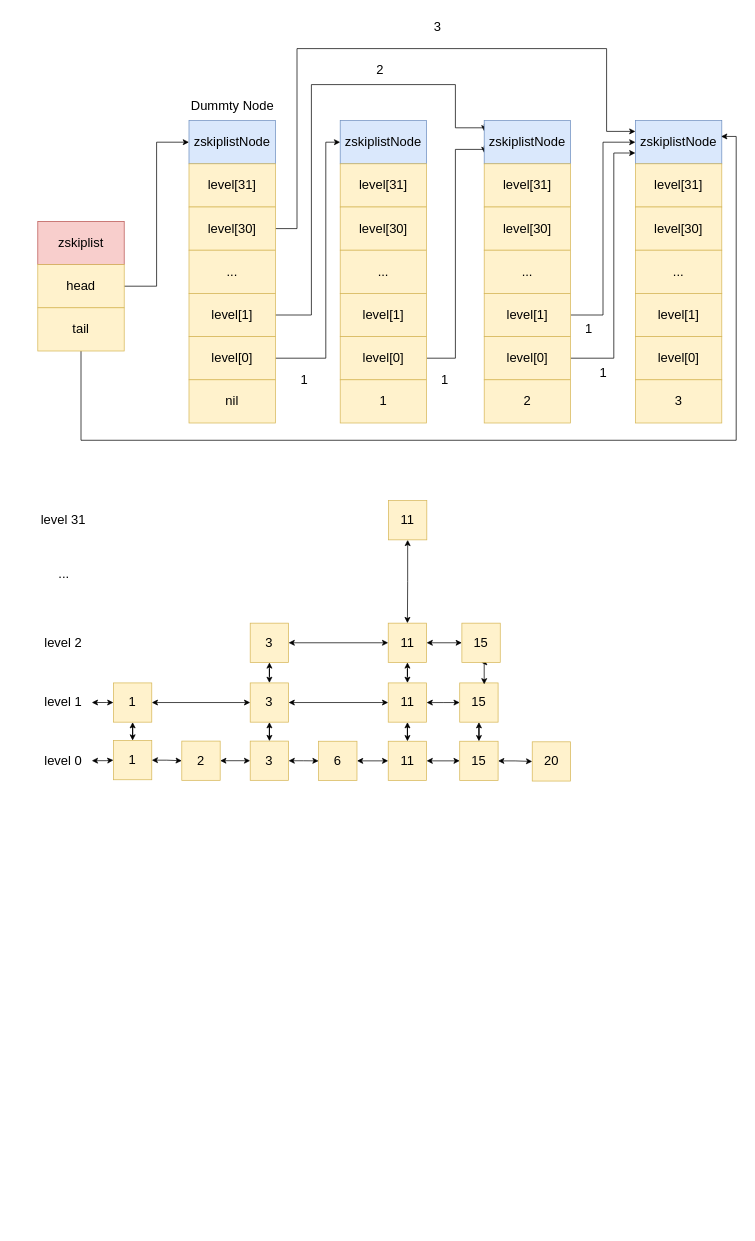
Rhythm-2019/diagrams keeps this draw.io diagram as Redis设计与实现.drawio. Above is the earlier version. Source tidied: cells renumbered, new cells numbered last; positions are measured from the earlier drawing's top-left corner, leaving out a move shared by most shapes. Both pictures are drawn from the tidied source at 72%, with x=0, y=0 at pixel (30, 12).
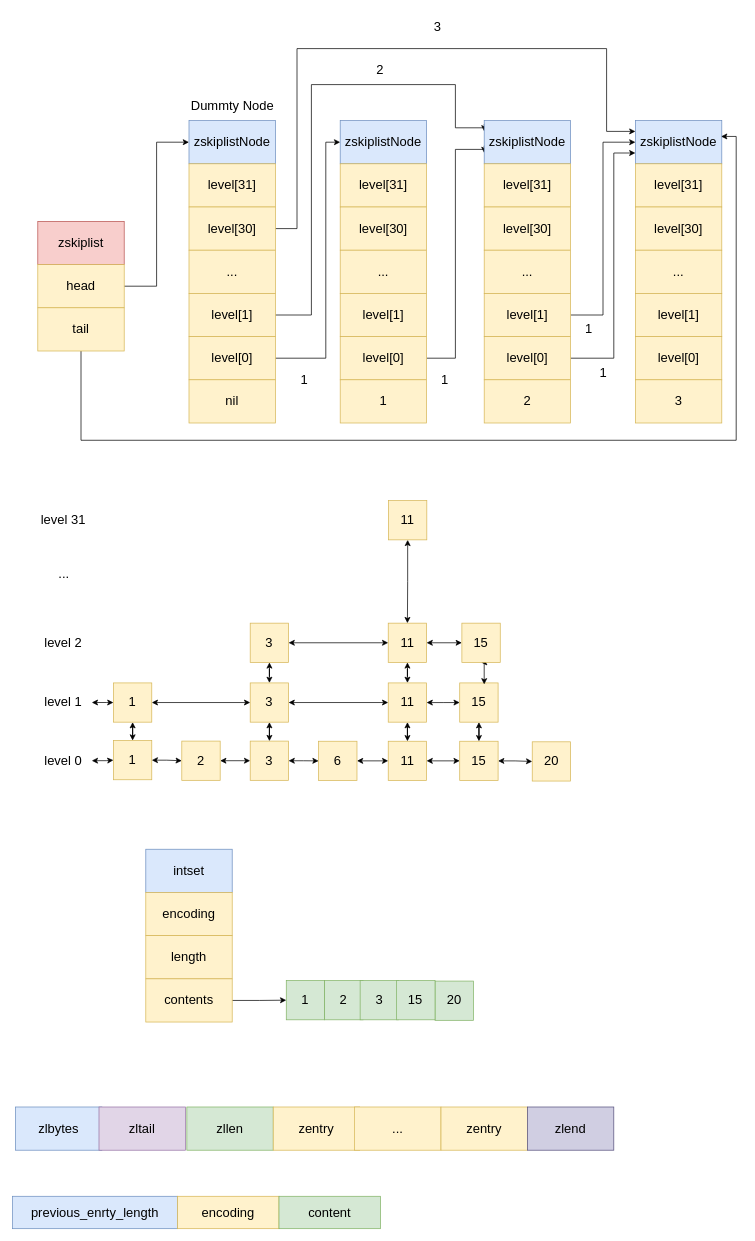
Above is the later version.

Diff of the diagram source:
```diff
@@
+    <mxCell id="89" value="&lt;span style=&quot;font-size: 18px;&quot;&gt;intset&lt;/span&gt;" style="rounded=0;whiteSpace=wrap;html=1;fillColor=#dae8fc;strokeColor=#6c8ebf;" parent="1" vertex="1">
+      <mxGeometry x="160" y="1162" width="120" height="60" as="geometry" />
+    </mxCell>
+    <mxCell id="90" value="&lt;span style=&quot;font-size: 18px;&quot;&gt;encoding&lt;/span&gt;" style="rounded=0;whiteSpace=wrap;html=1;fillColor=#fff2cc;strokeColor=#d6b656;" parent="1" vertex="1">
+      <mxGeometry x="160" y="1222" width="120" height="60" as="geometry" />
+    </mxCell>
+    <mxCell id="91" value="&lt;span style=&quot;font-size: 18px;&quot;&gt;length&lt;/span&gt;" style="rounded=0;whiteSpace=wrap;html=1;fillColor=#fff2cc;strokeColor=#d6b656;" parent="1" vertex="1">
+      <mxGeometry x="160" y="1282" width="120" height="60" as="geometry" />
+    </mxCell>
+    <mxCell id="92" style="edgeStyle=orthogonalEdgeStyle;rounded=0;jettySize=auto;html=1;entryX=0;entryY=0.5;entryDx=0;entryDy=0;" parent="1" edge="1" source="93" target="94">
+      <mxGeometry relative="1" as="geometry" />
+    </mxCell>
+    <mxCell id="93" value="&lt;font style=&quot;font-size: 18px;&quot;&gt;contents&lt;/font&gt;" style="rounded=0;whiteSpace=wrap;html=1;fillColor=#fff2cc;strokeColor=#d6b656;" parent="1" vertex="1">
+      <mxGeometry x="160" y="1342" width="120" height="60" as="geometry" />
+    </mxCell>
+    <mxCell id="94" value="&lt;font style=&quot;font-size: 18px;&quot;&gt;1&lt;/font&gt;" style="rounded=0;whiteSpace=wrap;html=1;fillColor=#d5e8d4;strokeColor=#82b366;" parent="1" vertex="1">
+      <mxGeometry x="355.1" y="1344.4" width="53.3" height="54.5" as="geometry" />
+    </mxCell>
+    <mxCell id="95" value="&lt;font style=&quot;font-size: 18px;&quot;&gt;2&lt;/font&gt;" style="rounded=0;whiteSpace=wrap;html=1;fillColor=#d5e8d4;strokeColor=#82b366;" parent="1" vertex="1">
+      <mxGeometry x="408.4" y="1344.4" width="53.3" height="54.5" as="geometry" />
+    </mxCell>
+    <mxCell id="96" value="&lt;font style=&quot;font-size: 18px;&quot;&gt;3&lt;/font&gt;" style="rounded=0;whiteSpace=wrap;html=1;fillColor=#d5e8d4;strokeColor=#82b366;" parent="1" vertex="1">
+      <mxGeometry x="457.7" y="1344.4" width="53.3" height="54.5" as="geometry" />
+    </mxCell>
+    <mxCell id="97" value="&lt;font style=&quot;font-size: 18px;&quot;&gt;20&lt;/font&gt;" style="rounded=0;whiteSpace=wrap;html=1;fillColor=#d5e8d4;strokeColor=#82b366;" parent="1" vertex="1">
+      <mxGeometry x="561.7" y="1345.1" width="53.3" height="54.5" as="geometry" />
+    </mxCell>
+    <mxCell id="98" value="&lt;font style=&quot;font-size: 18px;&quot;&gt;15&lt;/font&gt;" style="rounded=0;whiteSpace=wrap;html=1;fillColor=#d5e8d4;strokeColor=#82b366;" parent="1" vertex="1">
+      <mxGeometry x="508.4" y="1344.4" width="53.3" height="54.5" as="geometry" />
+    </mxCell>
+    <mxCell id="99" value="&lt;font style=&quot;font-size: 18px;&quot;&gt;zlbytes&lt;/font&gt;" style="rounded=0;whiteSpace=wrap;html=1;fillColor=#dae8fc;strokeColor=#6c8ebf;" parent="1" vertex="1">
+      <mxGeometry x="-21" y="1520" width="120" height="60" as="geometry" />
+    </mxCell>
+    <mxCell id="100" value="&lt;font style=&quot;font-size: 18px;&quot;&gt;zltail&lt;/font&gt;" style="rounded=0;whiteSpace=wrap;html=1;fillColor=#e1d5e7;strokeColor=#9673a6;" parent="1" vertex="1">
+      <mxGeometry x="95" y="1520" width="120" height="60" as="geometry" />
+    </mxCell>
+    <mxCell id="101" value="&lt;font style=&quot;font-size: 18px;&quot;&gt;zllen&lt;/font&gt;" style="rounded=0;whiteSpace=wrap;html=1;fillColor=#d5e8d4;strokeColor=#82b366;" parent="1" vertex="1">
+      <mxGeometry x="217" y="1520" width="120" height="60" as="geometry" />
+    </mxCell>
+    <mxCell id="102" value="&lt;font style=&quot;font-size: 18px;&quot;&gt;zentry&lt;/font&gt;" style="rounded=0;whiteSpace=wrap;html=1;fillColor=#fff2cc;strokeColor=#d6b656;" parent="1" vertex="1">
+      <mxGeometry x="337" y="1520" width="120" height="60" as="geometry" />
+    </mxCell>
+    <mxCell id="103" value="&lt;font style=&quot;font-size: 18px;&quot;&gt;...&lt;/font&gt;" style="rounded=0;whiteSpace=wrap;html=1;fillColor=#fff2cc;strokeColor=#d6b656;" parent="1" vertex="1">
+      <mxGeometry x="450" y="1520" width="120" height="60" as="geometry" />
+    </mxCell>
+    <mxCell id="104" value="&lt;font style=&quot;font-size: 18px;&quot;&gt;zentry&lt;/font&gt;" style="rounded=0;whiteSpace=wrap;html=1;fillColor=#fff2cc;strokeColor=#d6b656;" parent="1" vertex="1">
+      <mxGeometry x="570" y="1520" width="120" height="60" as="geometry" />
+    </mxCell>
+    <mxCell id="105" value="&lt;font style=&quot;font-size: 18px;&quot;&gt;zlend&lt;/font&gt;" style="rounded=0;whiteSpace=wrap;html=1;fillColor=#d0cee2;strokeColor=#56517e;" parent="1" vertex="1">
+      <mxGeometry x="690" y="1520" width="120" height="60" as="geometry" />
+    </mxCell>
+    <mxCell id="106" value="&lt;span style=&quot;font-size: 18px;&quot;&gt;previous_enrty_length&lt;/span&gt;" style="rounded=0;whiteSpace=wrap;html=1;fillColor=#dae8fc;strokeColor=#6c8ebf;" parent="1" vertex="1">
+      <mxGeometry x="-25" y="1644" width="229" height="45" as="geometry" />
+    </mxCell>
+    <mxCell id="107" value="&lt;span style=&quot;font-size: 18px;&quot;&gt;encoding&lt;/span&gt;" style="rounded=0;whiteSpace=wrap;html=1;fillColor=#fff2cc;strokeColor=#d6b656;" parent="1" vertex="1">
+      <mxGeometry x="204" y="1644" width="141" height="45" as="geometry" />
+    </mxCell>
+    <mxCell id="108" value="&lt;span style=&quot;font-size: 18px;&quot;&gt;content&lt;/span&gt;" style="rounded=0;whiteSpace=wrap;html=1;fillColor=#d5e8d4;strokeColor=#82b366;" parent="1" vertex="1">
+      <mxGeometry x="345" y="1644" width="141" height="45" as="geometry" />
+    </mxCell>
```
